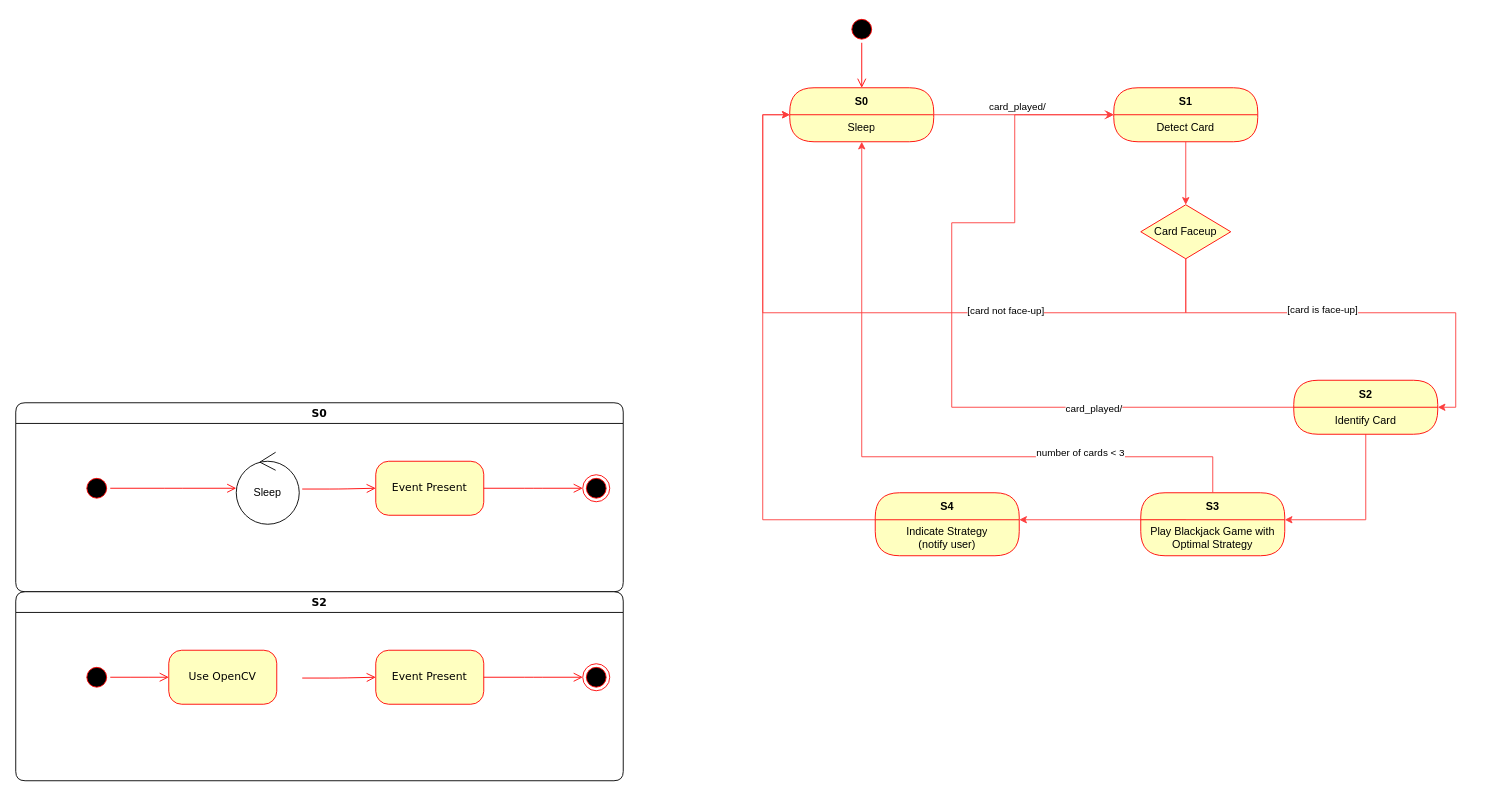
Earlier version of the draw.io diagram diagrams/state_diagram.drawio (Ace-Plays-Blackjack/ace-plays-game). Source tidied: cells renumbered, new cells numbered last; positions are measured from the earlier drawing's top-left corner, leaving out a move shared by most shapes. Both pictures are drawn from the tidied source at 90%, with x=0, y=0 at pixel (15, 15).
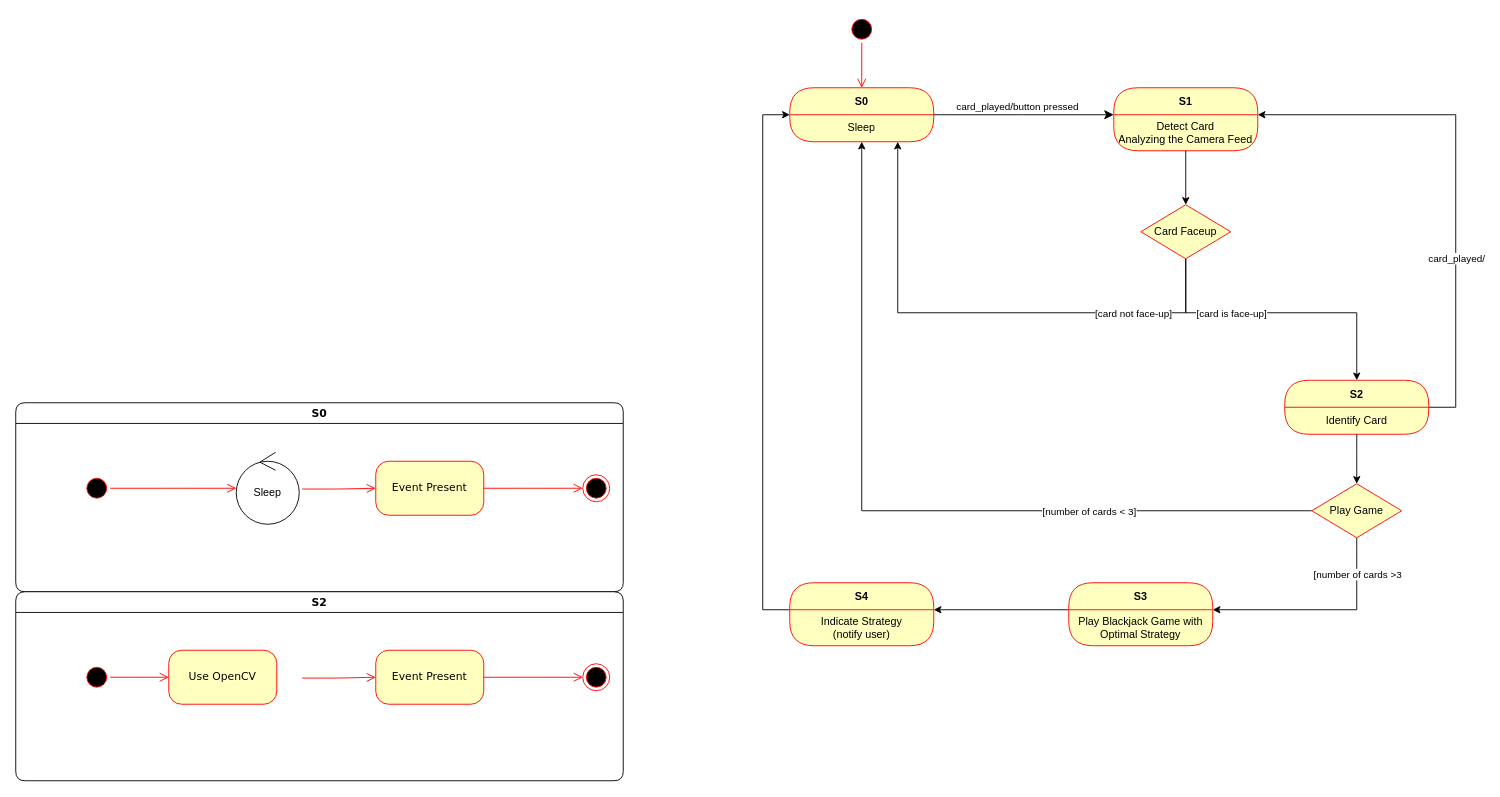
The same page after the edit.

Commit message:
Update State Diagram

The change refers to these unchanged cells:
```xml
<mxCell id="18" value="Sleep" style="text;html=1;strokeColor=none;fillColor=none;align=center;verticalAlign=middle;spacingLeft=4;spacingRight=4;whiteSpace=wrap;overflow=hidden;fontColor=#000000;" parent="17" vertex="1">
  <mxGeometry y="30" width="160" height="30" as="geometry" />
</mxCell>
<mxCell id="28" value="Card Faceup" style="rhombus;whiteSpace=wrap;html=1;fontColor=#000000;fillColor=#ffffc0;strokeColor=#ff0000;" parent="1" vertex="1">
  <mxGeometry x="1250" y="210" width="100" height="60" as="geometry" />
</mxCell>
<mxCell id="34" value="Identify Card" style="text;html=1;strokeColor=none;fillColor=none;align=center;verticalAlign=middle;spacingLeft=4;spacingRight=4;whiteSpace=wrap;overflow=hidden;fontColor=#000000;" parent="33" vertex="1">
  <mxGeometry y="30" width="160" height="30" as="geometry" />
</mxCell>
<mxCell id="45" value="Play Blackjack Game with Optimal Strategy" style="text;html=1;strokeColor=none;fillColor=none;align=center;verticalAlign=middle;spacingLeft=4;spacingRight=4;whiteSpace=wrap;overflow=hidden;fontColor=#000000;" parent="44" vertex="1">
  <mxGeometry y="30" width="160" height="40" as="geometry" />
</mxCell>
<mxCell id="48" value="Indicate Strategy &lt;br&gt;(notify user)" style="text;html=1;strokeColor=none;fillColor=none;align=center;verticalAlign=middle;spacingLeft=4;spacingRight=4;whiteSpace=wrap;overflow=hidden;fontColor=#000000;" parent="47" vertex="1">
  <mxGeometry y="30" width="160" height="40" as="geometry" />
</mxCell>
```

Diff of the diagram source:
```diff
@@
     <mxCell id="20" value="S1" style="swimlane;fontStyle=1;align=center;verticalAlign=middle;horizontal=1;startSize=30;fontColor=#000000;rounded=1;arcSize=30;strokeColor=#ff0000;fillColor=#ffffc0;swimlaneFillColor=#ffffc0;" parent="1" vertex="1">
-      <mxGeometry x="1220" y="80" width="160" height="60" as="geometry" />
+      <mxGeometry x="1220" y="80" width="160" height="70" as="geometry" />
     </mxCell>
-    <mxCell id="21" value="Detect Card" style="text;html=1;strokeColor=none;fillColor=none;align=center;verticalAlign=middle;spacingLeft=4;spacingRight=4;whiteSpace=wrap;overflow=hidden;fontColor=#000000;" parent="20" vertex="1">
-      <mxGeometry y="30" width="160" height="30" as="geometry" />
+    <mxCell id="21" value="Detect Card&lt;br&gt;Analyzing the Camera Feed" style="text;html=1;strokeColor=none;fillColor=none;align=center;verticalAlign=middle;spacingLeft=4;spacingRight=4;whiteSpace=wrap;overflow=hidden;fontColor=#000000;" parent="20" vertex="1">
+      <mxGeometry y="30" width="160" height="40" as="geometry" />
     </mxCell>
-    <mxCell id="22" style="edgeStyle=orthogonalEdgeStyle;html=1;verticalAlign=bottom;endArrow=open;endSize=8;strokeColor=#fd3e3e;rounded=0;exitX=1;exitY=0;exitDx=0;exitDy=0;entryX=0;entryY=0;entryDx=0;entryDy=0;" parent="1" edge="1" source="18" target="21">
+    <mxCell id="22" style="edgeStyle=orthogonalEdgeStyle;html=1;verticalAlign=bottom;endArrow=classic;endSize=8;strokeColor=#000000;rounded=0;exitX=1;exitY=0;exitDx=0;exitDy=0;entryX=0;entryY=0;entryDx=0;entryDy=0;endFill=1;" parent="1" edge="1" source="18" target="21">
       <mxGeometry relative="1" as="geometry">
         <Array as="points">
           <mxPoint x="1120" y="110" />
           <mxPoint x="1120" y="110" />
         </Array>
       </mxGeometry>
     </mxCell>
-    <mxCell id="23" value="card_played/" style="edgeLabel;html=1;align=center;verticalAlign=middle;" parent="22" vertex="1">
+    <mxCell id="23" value="card_played/button pressed" style="edgeLabel;html=1;align=center;verticalAlign=middle;" parent="22" vertex="1">
       <mxGeometry x="-0.08" y="4" relative="1" as="geometry">
         <mxPoint y="-6" as="offset" />
       </mxGeometry>
     </mxCell>
-    <mxCell id="24" style="edgeStyle=orthogonalEdgeStyle;rounded=0;jettySize=auto;html=1;strokeColor=#fd3e3e;entryX=1;entryY=0;entryDx=0;entryDy=0;" parent="1" edge="1" source="28" target="34">
+    <mxCell id="24" style="edgeStyle=orthogonalEdgeStyle;rounded=0;jettySize=auto;html=1;strokeColor=#000000;entryX=0.5;entryY=0;entryDx=0;entryDy=0;" parent="1" edge="1" source="28" target="33">
       <mxGeometry relative="1" as="geometry">
         <Array as="points">
           <mxPoint x="1300" y="330" />
-          <mxPoint x="1600" y="330" />
-          <mxPoint x="1600" y="435" />
+          <mxPoint x="1490" y="330" />
         </Array>
       </mxGeometry>
     </mxCell>
     <mxCell id="25" value="[card is face-up]" style="edgeLabel;html=1;align=center;verticalAlign=middle;" parent="24" vertex="1">
-      <mxGeometry x="-0.13" y="4" relative="1" as="geometry" />
+      <mxGeometry x="-0.13" y="4" relative="1" as="geometry">
+        <mxPoint x="-31" y="4" as="offset" />
+      </mxGeometry>
     </mxCell>
-    <mxCell id="26" style="edgeStyle=orthogonalEdgeStyle;rounded=0;jettySize=auto;html=1;entryX=0;entryY=0;entryDx=0;entryDy=0;strokeColor=#fd3e3e;" parent="1" edge="1" source="28" target="18">
+    <mxCell id="26" style="edgeStyle=orthogonalEdgeStyle;rounded=0;jettySize=auto;html=1;entryX=0.75;entryY=1;entryDx=0;entryDy=0;strokeColor=#000000;" parent="1" edge="1" source="28" target="18">
       <mxGeometry relative="1" as="geometry">
         <Array as="points">
-          <mxPoint x="830" y="330" />
-          <mxPoint x="830" y="110" />
+          <mxPoint x="1300" y="330" />
+          <mxPoint x="980" y="330" />
         </Array>
       </mxGeometry>
     </mxCell>
     <mxCell id="27" value="[card not face-up]" style="edgeLabel;html=1;align=center;verticalAlign=middle;" parent="26" vertex="1">
-      <mxGeometry x="-0.33" y="-3" relative="1" as="geometry" />
+      <mxGeometry x="-0.33" y="-3" relative="1" as="geometry">
+        <mxPoint x="72" y="3" as="offset" />
+      </mxGeometry>
     </mxCell>
@@
-    <mxCell id="29" style="edgeStyle=orthogonalEdgeStyle;rounded=0;jettySize=auto;html=1;entryX=0.5;entryY=0;entryDx=0;entryDy=0;strokeColor=#fd3e3e;" parent="1" edge="1" source="21" target="28">
+    <mxCell id="29" style="edgeStyle=orthogonalEdgeStyle;rounded=0;jettySize=auto;html=1;entryX=0.5;entryY=0;entryDx=0;entryDy=0;strokeColor=#000000;" parent="1" edge="1" source="21" target="28">
       <mxGeometry relative="1" as="geometry" />
     </mxCell>
-    <mxCell id="30" style="edgeStyle=orthogonalEdgeStyle;rounded=0;jettySize=auto;html=1;strokeColor=#fd3e3e;entryX=1;entryY=0;entryDx=0;entryDy=0;" parent="1" edge="1" source="33" target="45">
+    <mxCell id="30" style="edgeStyle=orthogonalEdgeStyle;rounded=0;jettySize=auto;html=1;strokeColor=#000000;entryX=1;entryY=0;entryDx=0;entryDy=0;exitX=0.5;exitY=1;exitDx=0;exitDy=0;" parent="1" edge="1" source="52" target="45">
       <mxGeometry relative="1" as="geometry">
         <Array as="points">
-          <mxPoint x="1500" y="560" />
+          <mxPoint x="1490" y="660" />
         </Array>
       </mxGeometry>
     </mxCell>
+    <mxCell id="51" value="[number of cards &amp;gt;3" style="edgeLabel;html=1;align=center;verticalAlign=middle;" parent="30" vertex="1">
+      <mxGeometry x="-0.35" y="-2" relative="1" as="geometry">
+        <mxPoint x="2" y="-38" as="offset" />
+      </mxGeometry>
+    </mxCell>
-    <mxCell id="31" style="edgeStyle=orthogonalEdgeStyle;rounded=0;jettySize=auto;html=1;entryX=0;entryY=0;entryDx=0;entryDy=0;strokeColor=#fd3e3e;exitX=0;exitY=0.5;exitDx=0;exitDy=0;" parent="1" edge="1" source="33" target="21">
+    <mxCell id="31" style="edgeStyle=orthogonalEdgeStyle;rounded=0;jettySize=auto;html=1;entryX=1;entryY=0;entryDx=0;entryDy=0;strokeColor=#000000;exitX=1;exitY=0;exitDx=0;exitDy=0;" parent="1" edge="1" source="34" target="21">
       <mxGeometry relative="1" as="geometry">
         <Array as="points">
-          <mxPoint x="1040" y="435" />
-          <mxPoint x="1040" y="230" />
-          <mxPoint x="1110" y="230" />
-          <mxPoint x="1110" y="110" />
+          <mxPoint x="1600" y="435" />
+          <mxPoint x="1600" y="110" />
         </Array>
       </mxGeometry>
     </mxCell>
     <mxCell id="32" value="card_played/" style="edgeLabel;html=1;align=center;verticalAlign=middle;" parent="31" vertex="1">
       <mxGeometry x="-0.54" y="1" relative="1" as="geometry">
-        <mxPoint x="-19" as="offset" />
+        <mxPoint x="1" y="-64" as="offset" />
       </mxGeometry>
     </mxCell>
     <mxCell id="33" value="S2" style="swimlane;fontStyle=1;align=center;verticalAlign=middle;horizontal=1;startSize=30;fontColor=#000000;rounded=1;arcSize=30;strokeColor=#ff0000;fillColor=#ffffc0;swimlaneFillColor=#ffffc0;" parent="1" vertex="1">
-      <mxGeometry x="1420" y="405" width="160" height="60" as="geometry" />
+      <mxGeometry x="1410" y="405" width="160" height="60" as="geometry" />
     </mxCell>
@@
-    <mxCell id="43" style="edgeStyle=orthogonalEdgeStyle;rounded=0;jettySize=auto;html=1;strokeColor=#fd3e3e;exitX=0;exitY=0;exitDx=0;exitDy=0;entryX=1;entryY=0;entryDx=0;entryDy=0;" parent="1" edge="1" source="45" target="48">
+    <mxCell id="43" style="edgeStyle=orthogonalEdgeStyle;rounded=0;jettySize=auto;html=1;strokeColor=#000000;exitX=0;exitY=0;exitDx=0;exitDy=0;entryX=1;entryY=0;entryDx=0;entryDy=0;" parent="1" edge="1" source="45" target="48">
       <mxGeometry relative="1" as="geometry">
         <Array as="points">
-          <mxPoint x="1300" y="560" />
-          <mxPoint x="1300" y="560" />
+          <mxPoint x="1170" y="660" />
         </Array>
       </mxGeometry>
     </mxCell>
     <mxCell id="44" value="S3" style="swimlane;fontStyle=1;align=center;verticalAlign=middle;horizontal=1;startSize=30;fontColor=#000000;rounded=1;arcSize=30;strokeColor=#ff0000;fillColor=#ffffc0;swimlaneFillColor=#ffffc0;" parent="1" vertex="1">
-      <mxGeometry x="1250" y="530" width="160" height="70" as="geometry" />
+      <mxGeometry x="1170" y="630" width="160" height="70" as="geometry" />
     </mxCell>
@@
-    <mxCell id="46" style="edgeStyle=orthogonalEdgeStyle;rounded=0;jettySize=auto;html=1;entryX=0;entryY=0;entryDx=0;entryDy=0;strokeColor=#fd3e3e;exitX=0;exitY=0;exitDx=0;exitDy=0;" parent="1" edge="1" source="48" target="18">
+    <mxCell id="46" style="edgeStyle=orthogonalEdgeStyle;rounded=0;jettySize=auto;html=1;entryX=0;entryY=0;entryDx=0;entryDy=0;strokeColor=#000000;exitX=0;exitY=0;exitDx=0;exitDy=0;" parent="1" edge="1" source="48" target="18">
       <mxGeometry relative="1" as="geometry">
         <Array as="points">
-          <mxPoint x="830" y="560" />
+          <mxPoint x="830" y="660" />
           <mxPoint x="830" y="110" />
         </Array>
       </mxGeometry>
     </mxCell>
     <mxCell id="47" value="S4" style="swimlane;fontStyle=1;align=center;verticalAlign=middle;horizontal=1;startSize=30;fontColor=#000000;rounded=1;arcSize=30;strokeColor=#ff0000;fillColor=#ffffc0;swimlaneFillColor=#ffffc0;" parent="1" vertex="1">
-      <mxGeometry x="955" y="530" width="160" height="70" as="geometry" />
+      <mxGeometry x="860" y="630" width="160" height="70" as="geometry" />
     </mxCell>
@@
-    <mxCell id="49" style="edgeStyle=orthogonalEdgeStyle;rounded=0;jettySize=auto;html=1;entryX=0.5;entryY=1;entryDx=0;entryDy=0;strokeColor=#fd3e3e;exitX=0.5;exitY=0;exitDx=0;exitDy=0;" parent="1" edge="1" source="44" target="18">
+    <mxCell id="49" style="edgeStyle=orthogonalEdgeStyle;rounded=0;jettySize=auto;html=1;entryX=0.5;entryY=1;entryDx=0;entryDy=0;strokeColor=#000000;exitX=0;exitY=0.5;exitDx=0;exitDy=0;" parent="1" edge="1" source="52" target="18">
       <mxGeometry relative="1" as="geometry">
         <Array as="points">
-          <mxPoint x="1330" y="490" />
-          <mxPoint x="940" y="490" />
+          <mxPoint x="940" y="550" />
         </Array>
       </mxGeometry>
     </mxCell>
-    <mxCell id="50" value="number of cards &amp;lt; 3" style="edgeLabel;html=1;align=center;verticalAlign=middle;" parent="49" vertex="1">
+    <mxCell id="50" value="[number of cards &amp;lt; 3]" style="edgeLabel;html=1;align=center;verticalAlign=middle;" parent="49" vertex="1">
       <mxGeometry x="-0.8" y="-3" relative="1" as="geometry">
-        <mxPoint x="-110" y="-2" as="offset" />
+        <mxPoint x="-157" y="3" as="offset" />
       </mxGeometry>
     </mxCell>
+    <mxCell id="52" value="Play Game" style="rhombus;whiteSpace=wrap;html=1;fontColor=#000000;fillColor=#ffffc0;strokeColor=#ff0000;" parent="1" vertex="1">
+      <mxGeometry x="1440" y="520" width="100" height="60" as="geometry" />
+    </mxCell>
+    <mxCell id="53" style="edgeStyle=orthogonalEdgeStyle;rounded=0;jettySize=auto;html=1;entryX=0.5;entryY=0;entryDx=0;entryDy=0;strokeColor=#000000;endArrow=classic;endFill=1;" parent="1" edge="1" source="34" target="52">
+      <mxGeometry relative="1" as="geometry" />
+    </mxCell>
```
